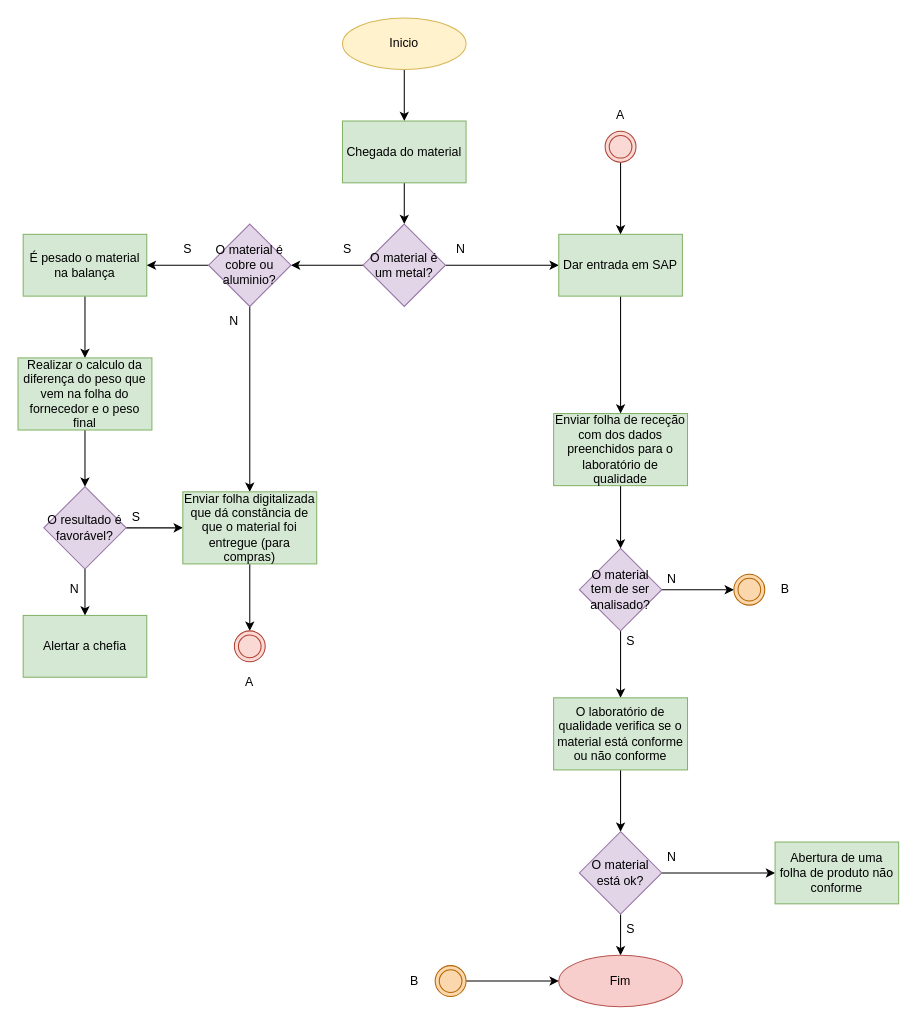
This is s-armazem-atual-vfinal.drawio from roxanna-df/roxanna-df, a draw.io file, before an edit. Source tidied: cells renumbered, new cells numbered last; positions are measured from the earlier drawing's top-left corner, leaving out a move shared by most shapes. Both pictures are drawn from the tidied source at 103%, with x=0, y=0 at pixel (18, 18).
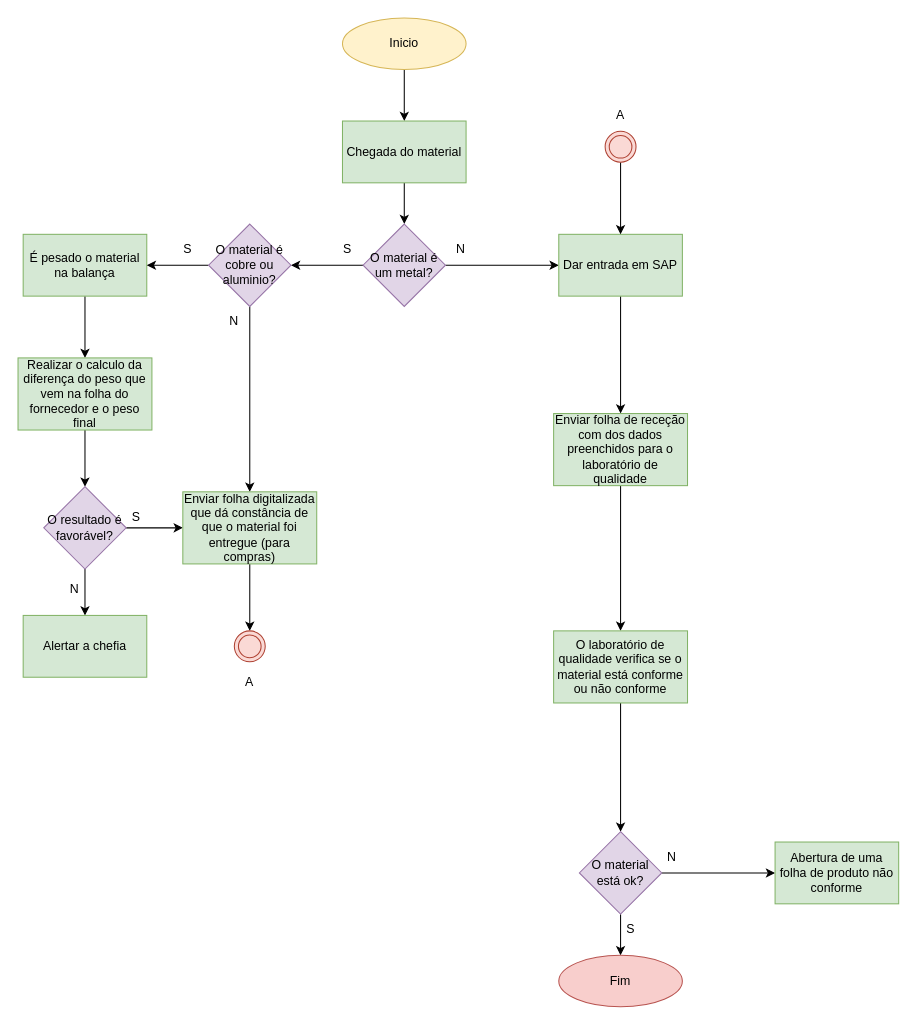
Above is the later version.

Unchanged cells that the change refers to:
```xml
<mxCell id="20" value="Enviar folha de receção com dos dados preenchidos para o laboratório de qualidade" style="rounded=0;whiteSpace=wrap;html=1;fillColor=#d5e8d4;strokeColor=#82b366;" parent="1" vertex="1">
  <mxGeometry x="520" y="384" width="130" height="70" as="geometry" />
</mxCell>
<mxCell id="30" value="Fim" style="ellipse;whiteSpace=wrap;html=1;fillColor=#f8cecc;strokeColor=#b85450;" parent="1" vertex="1">
  <mxGeometry x="525" y="910" width="120" height="50" as="geometry" />
</mxCell>
```

What changed in the source:
```diff
@@
-    <mxCell id="19" style="edgeStyle=orthogonalEdgeStyle;rounded=0;jettySize=auto;html=1;exitX=0.5;exitY=1;exitDx=0;exitDy=0;entryX=0.5;entryY=0;entryDx=0;entryDy=0;" parent="1" edge="1" source="20" target="23">
-      <mxGeometry relative="1" as="geometry" />
-    </mxCell>
+    <mxCell id="56" style="edgeStyle=orthogonalEdgeStyle;rounded=0;jettySize=auto;html=1;exitX=0.5;exitY=1;exitDx=0;exitDy=0;" parent="1" edge="1" source="20" target="25">
+      <mxGeometry relative="1" as="geometry" />
+    </mxCell>
@@
-    <mxCell id="21" style="edgeStyle=orthogonalEdgeStyle;rounded=0;jettySize=auto;html=1;exitX=0.5;exitY=1;exitDx=0;exitDy=0;" parent="1" edge="1" source="23" target="25">
-      <mxGeometry relative="1" as="geometry" />
-    </mxCell>
-    <mxCell id="22" style="edgeStyle=orthogonalEdgeStyle;rounded=0;jettySize=auto;html=1;exitX=1;exitY=0.5;exitDx=0;exitDy=0;entryX=0;entryY=0.5;entryDx=0;entryDy=0;" parent="1" edge="1" source="23" target="39">
-      <mxGeometry relative="1" as="geometry" />
-    </mxCell>
-    <mxCell id="23" value="O material tem de ser analisado?" style="rhombus;whiteSpace=wrap;html=1;fillColor=#e1d5e7;strokeColor=#9673a6;" parent="1" vertex="1">
-      <mxGeometry x="545" y="515" width="80" height="80" as="geometry" />
-    </mxCell>
@@
     <mxCell id="25" value="O laboratório de qualidade verifica se o material está conforme ou não conforme" style="rounded=0;whiteSpace=wrap;html=1;fillColor=#d5e8d4;strokeColor=#82b366;" parent="1" vertex="1">
-      <mxGeometry x="520" y="660" width="130" height="70" as="geometry" />
+      <mxGeometry x="520" y="595" width="130" height="70" as="geometry" />
     </mxCell>
@@
-    <mxCell id="39" style="ellipse;shape=doubleEllipse;whiteSpace=wrap;html=1;fillColor=#fad7ac;strokeColor=#b46504;" parent="1" vertex="1">
-      <mxGeometry x="695" y="540" width="30" height="30" as="geometry" />
-    </mxCell>
-    <mxCell id="40" style="edgeStyle=orthogonalEdgeStyle;rounded=0;jettySize=auto;html=1;exitX=1;exitY=0.5;exitDx=0;exitDy=0;entryX=0;entryY=0.5;entryDx=0;entryDy=0;" parent="1" edge="1" source="41" target="30">
-      <mxGeometry relative="1" as="geometry" />
-    </mxCell>
-    <mxCell id="41" style="ellipse;shape=doubleEllipse;whiteSpace=wrap;html=1;fillColor=#fad7ac;strokeColor=#b46504;" parent="1" vertex="1">
-      <mxGeometry x="405" y="920" width="30" height="30" as="geometry" />
-    </mxCell>
@@
-    <mxCell id="44" value="B" style="text;html=1;strokeColor=none;fillColor=none;align=center;verticalAlign=middle;whiteSpace=wrap;rounded=0;" parent="1" vertex="1">
-      <mxGeometry x="715" y="540" width="60" height="30" as="geometry" />
-    </mxCell>
-    <mxCell id="45" value="B" style="text;html=1;strokeColor=none;fillColor=none;align=center;verticalAlign=middle;whiteSpace=wrap;rounded=0;" parent="1" vertex="1">
-      <mxGeometry x="355" y="920" width="60" height="30" as="geometry" />
-    </mxCell>
@@
-    <mxCell id="49" value="N" style="text;html=1;strokeColor=none;fillColor=none;align=center;verticalAlign=middle;whiteSpace=wrap;rounded=0;" parent="1" vertex="1">
-      <mxGeometry x="605" y="530" width="60" height="30" as="geometry" />
-    </mxCell>
@@
-    <mxCell id="54" value="S" style="text;html=1;strokeColor=none;fillColor=none;align=center;verticalAlign=middle;whiteSpace=wrap;rounded=0;" parent="1" vertex="1">
-      <mxGeometry x="565" y="590" width="60" height="30" as="geometry" />
-    </mxCell>
```
